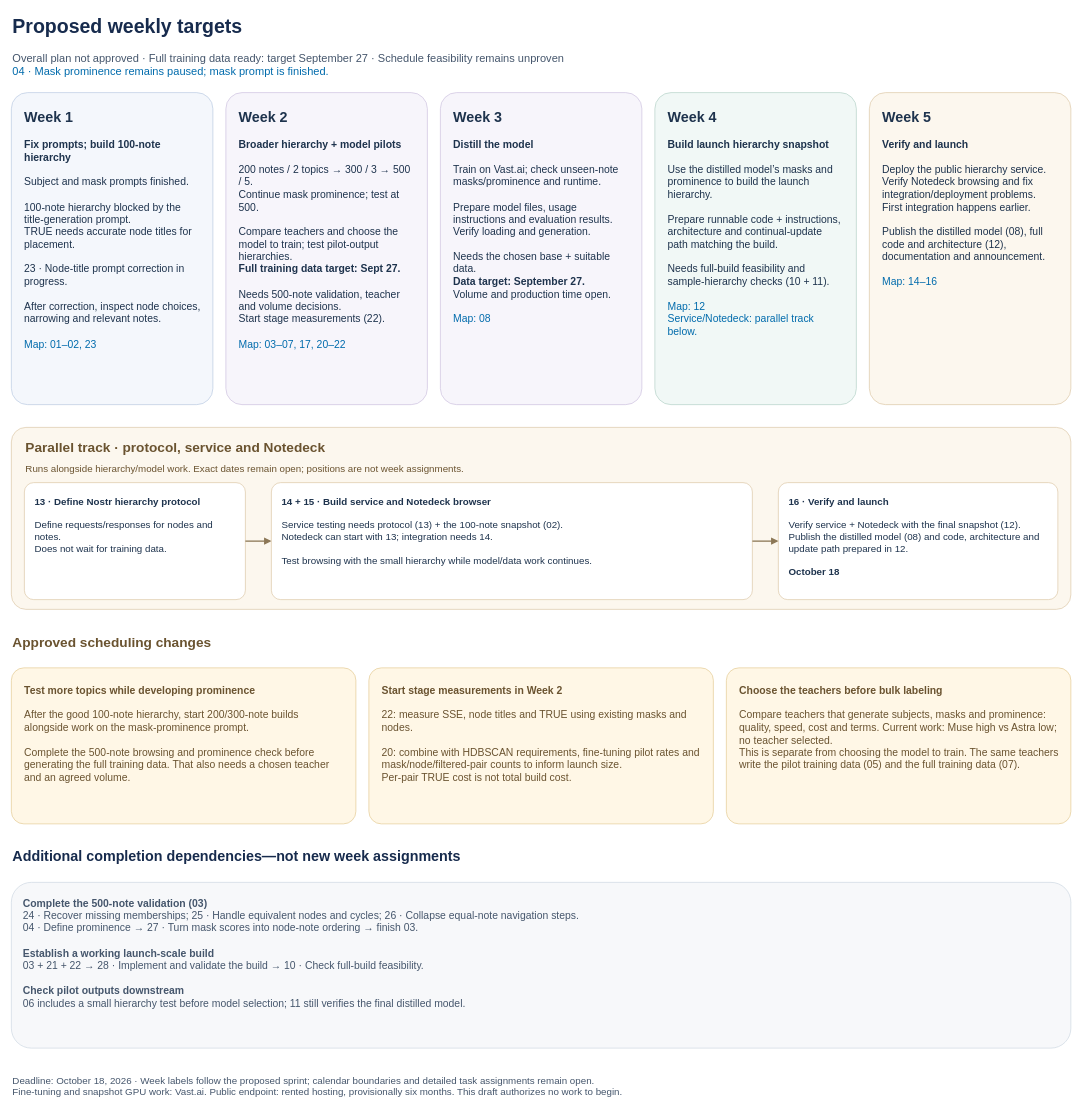
Earlier version of the draw.io diagram page "2 — Proposed weekly targets" (2 of 2) of docs/planning/october-18-release.drawio (kernelkind/oracle-research). Source tidied: cells renumbered, new cells numbered last; positions are measured from the earlier drawing's top-left corner, leaving out a move shared by most shapes. Both pictures are drawn from the tidied source at 65%, with x=0, y=0 at pixel (11, 11).
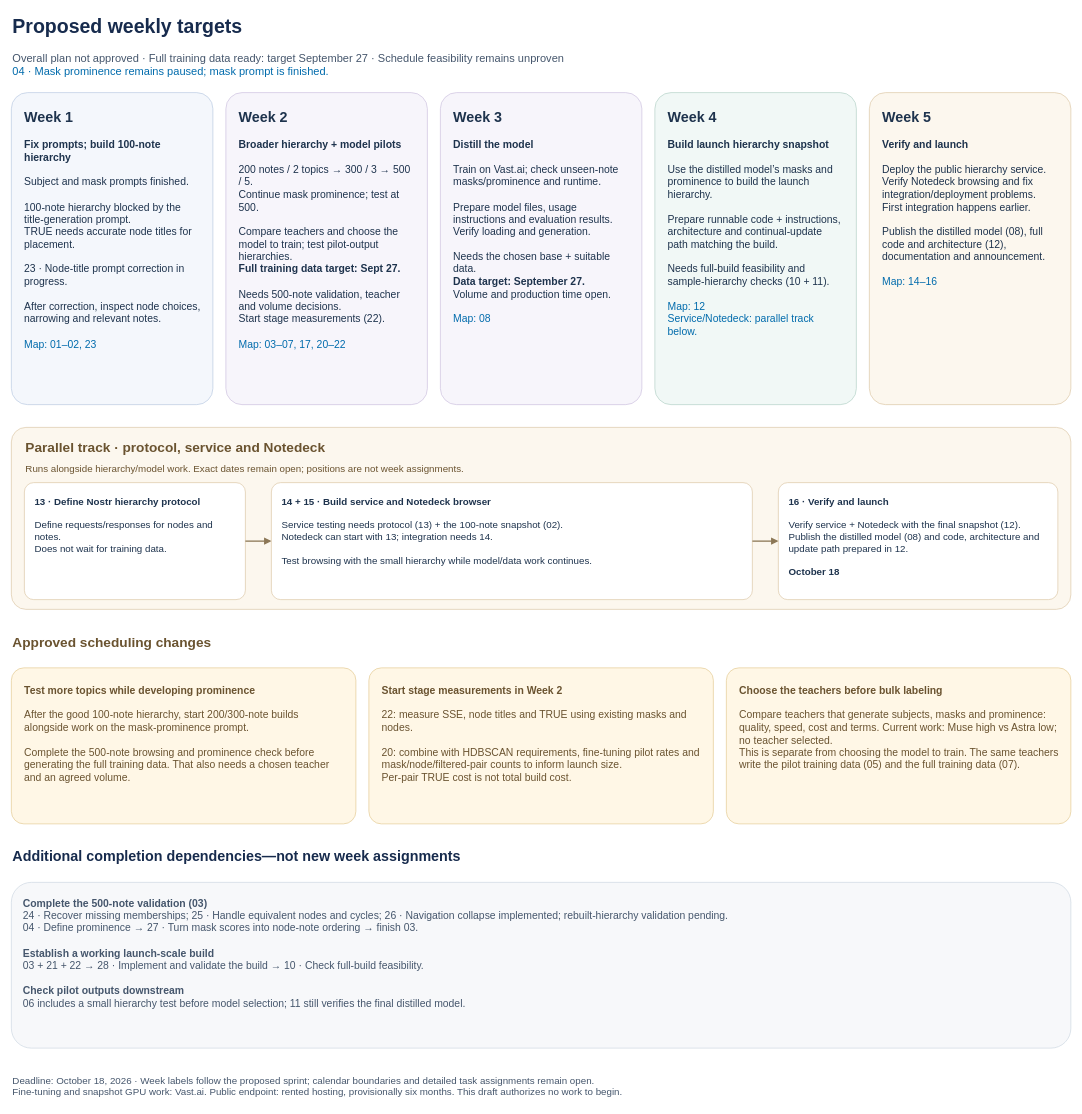
After the change.

The edit, as a diff of the source:
```diff
@@
-    <mxCell id="22" value="&lt;b&gt;Complete the 500-note validation (03)&lt;/b&gt;&lt;br&gt;24 · Recover missing memberships; 25 · Handle equivalent nodes and cycles; 26 · Collapse equal-note navigation steps.&lt;br&gt;04 · Define prominence → 27 · Turn mask scores into node-note ordering → finish 03.&lt;br&gt;&lt;br&gt;&lt;b&gt;Establish a working launch-scale build&lt;/b&gt;&lt;br&gt;03 + 21 + 22 → 28 · Implement and validate the build → 10 · Check full-build feasibility.&lt;br&gt;&lt;br&gt;&lt;b&gt;Check pilot outputs downstream&lt;/b&gt;&lt;br&gt;06 includes a small hierarchy test before model selection; 11 still verifies the final distilled model." style="rounded=1;arcSize=12;whiteSpace=wrap;html=1;fillColor=light-dark(#f7f8fa, #303c49);strokeColor=light-dark(#cbd5e1, #7c8da1);fontColor=light-dark(#45566c, #e6edf3);strokeWidth=1;align=left;verticalAlign=top;spacing=18;fontSize=16;" parent="1" vertex="1">
+    <mxCell id="22" value="&lt;b&gt;Complete the 500-note validation (03)&lt;/b&gt;&lt;br&gt;24 · Recover missing memberships; 25 · Handle equivalent nodes and cycles; 26 · Navigation collapse implemented; rebuilt-hierarchy validation pending.&lt;br&gt;04 · Define prominence → 27 · Turn mask scores into node-note ordering → finish 03.&lt;br&gt;&lt;br&gt;&lt;b&gt;Establish a working launch-scale build&lt;/b&gt;&lt;br&gt;03 + 21 + 22 → 28 · Implement and validate the build → 10 · Check full-build feasibility.&lt;br&gt;&lt;br&gt;&lt;b&gt;Check pilot outputs downstream&lt;/b&gt;&lt;br&gt;06 includes a small hierarchy test before model selection; 11 still verifies the final distilled model." style="rounded=1;arcSize=12;whiteSpace=wrap;html=1;fillColor=light-dark(#f7f8fa, #303c49);strokeColor=light-dark(#cbd5e1, #7c8da1);fontColor=light-dark(#45566c, #e6edf3);strokeWidth=1;align=left;verticalAlign=top;spacing=18;fontSize=16;" parent="1" vertex="1">
       <mxGeometry y="1340" width="1630" height="255" as="geometry" />
     </mxCell>
```
